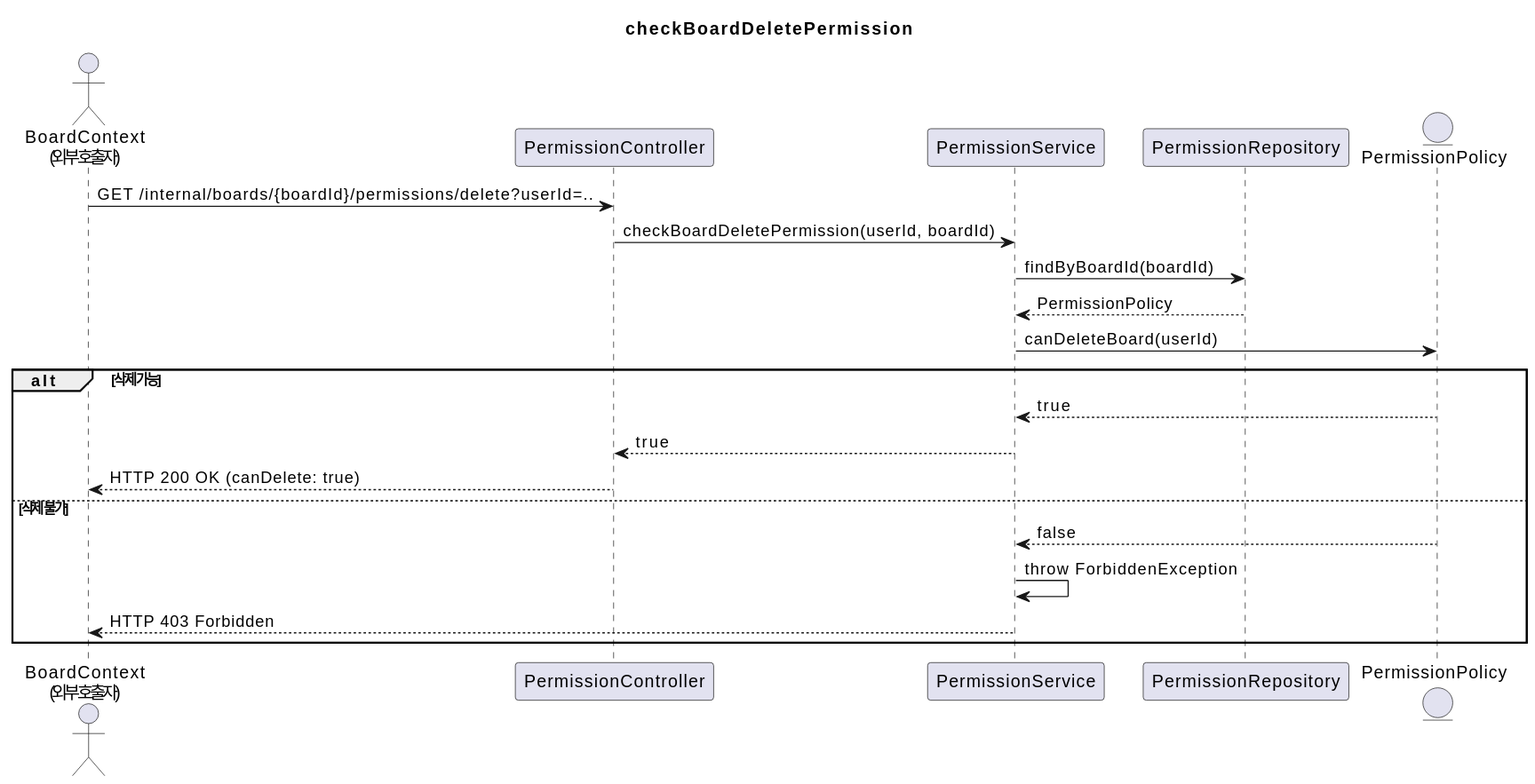
The PlantUML diagram document/puml/event/internalAPI/permissionContext/permissionAggregate/checkBoardDeletePermissionInternal.svg in SimpleBoardTeam/server-hyunchang, before a commit. Source of this version:
```plantuml
@startuml
title checkBoardDeletePermission

actor BoardContext as "BoardContext\n(외부 호출자)"
participant PermissionController
participant PermissionService
participant PermissionRepository
entity PermissionPolicy

BoardContext -> PermissionController : GET /internal/boards/{boardId}/permissions/delete?userId=..
PermissionController -> PermissionService : checkBoardDeletePermission(userId, boardId)

PermissionService -> PermissionRepository : findByBoardId(boardId)
PermissionRepository --> PermissionService : PermissionPolicy

PermissionService -> PermissionPolicy : canDeleteBoard(userId)

alt 삭제 가능
  PermissionPolicy --> PermissionService : true
  PermissionService --> PermissionController : true
  PermissionController --> BoardContext : HTTP 200 OK (canDelete: true)
else 삭제 불가
  PermissionPolicy --> PermissionService : false
  PermissionService -> PermissionService : throw ForbiddenException
  PermissionService --> BoardContext : HTTP 403 Forbidden
end
@enduml
```
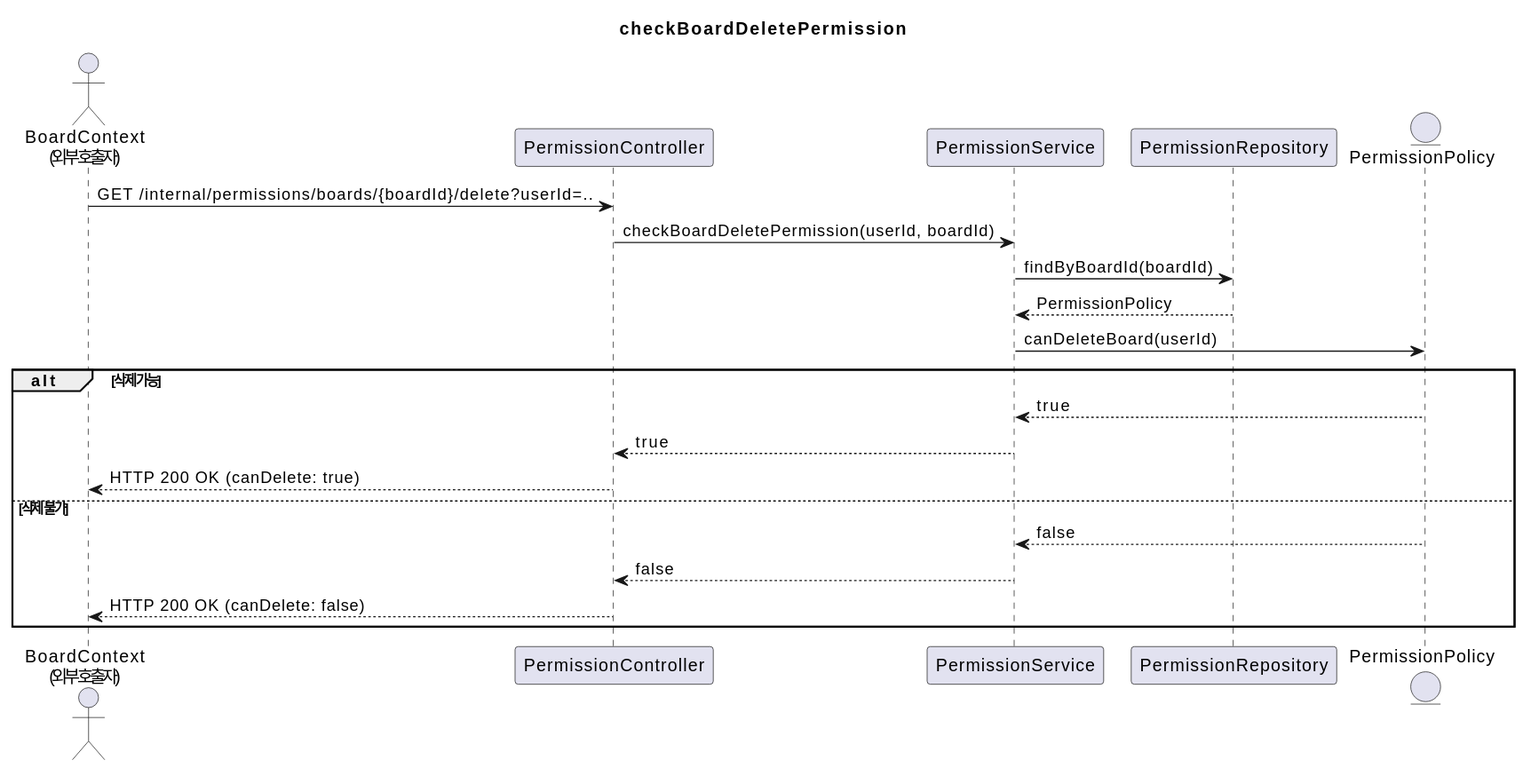
The same file after the commit.

Commit message:
chore(diagram): auto-generate SVGs

The edit, as a diff of the source:
```diff
@@ -7,7 +7,7 @@
 participant PermissionRepository
 entity PermissionPolicy
 
-BoardContext -> PermissionController : GET /internal/boards/{boardId}/permissions/delete?userId=..
+BoardContext -> PermissionController : GET /internal/permissions/boards/{boardId}/delete?userId=..
 PermissionController -> PermissionService : checkBoardDeletePermission(userId, boardId)
 
 PermissionService -> PermissionRepository : findByBoardId(boardId)
@@ -21,7 +21,7 @@
   PermissionController --> BoardContext : HTTP 200 OK (canDelete: true)
 else 삭제 불가
   PermissionPolicy --> PermissionService : false
-  PermissionService -> PermissionService : throw ForbiddenException
-  PermissionService --> BoardContext : HTTP 403 Forbidden
+  PermissionService --> PermissionController : false
+  PermissionController --> BoardContext : HTTP 200 OK (canDelete: false)
 end
 @enduml
```
